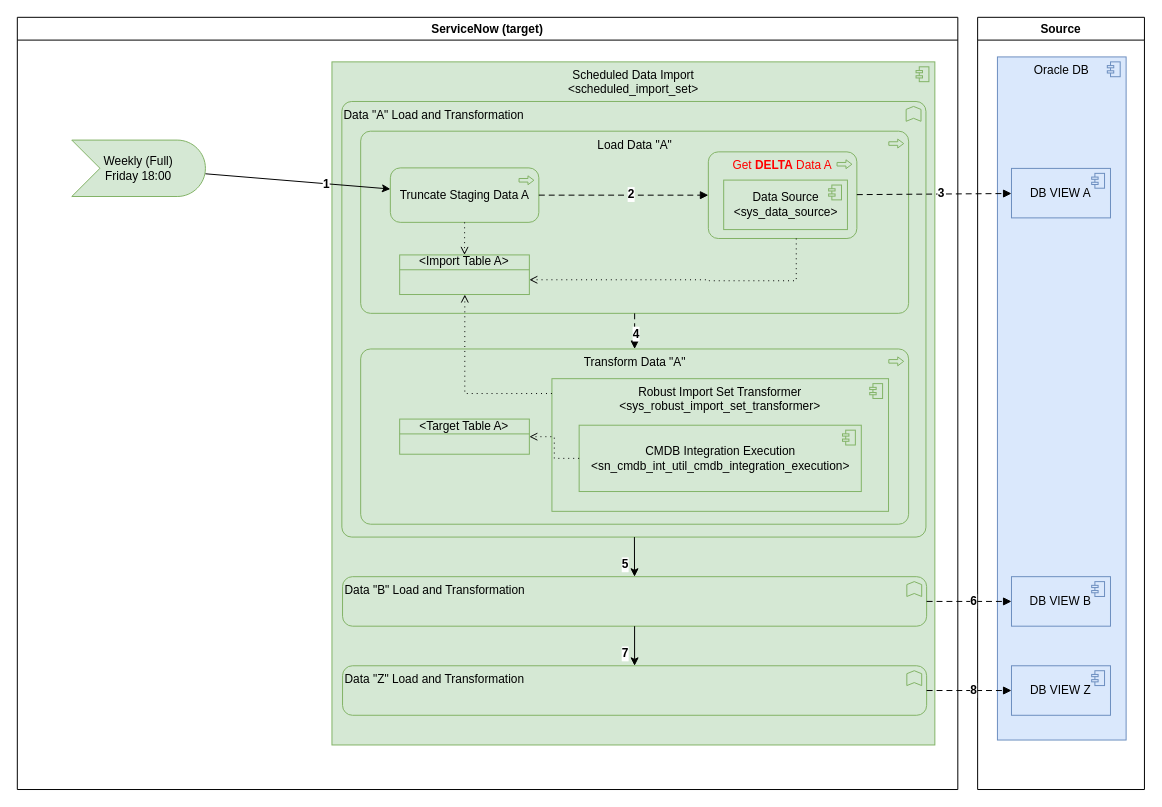
Above: page "Daily" (3 of 8) of DBs.drawio in algimas/tmp (draw.io), before the change. Source tidied: cells renumbered, new cells numbered last; positions are measured from the earlier drawing's top-left corner, leaving out a move shared by most shapes. Both pictures are drawn from the tidied source at 99%, with x=0, y=0 at pixel (17, 17).
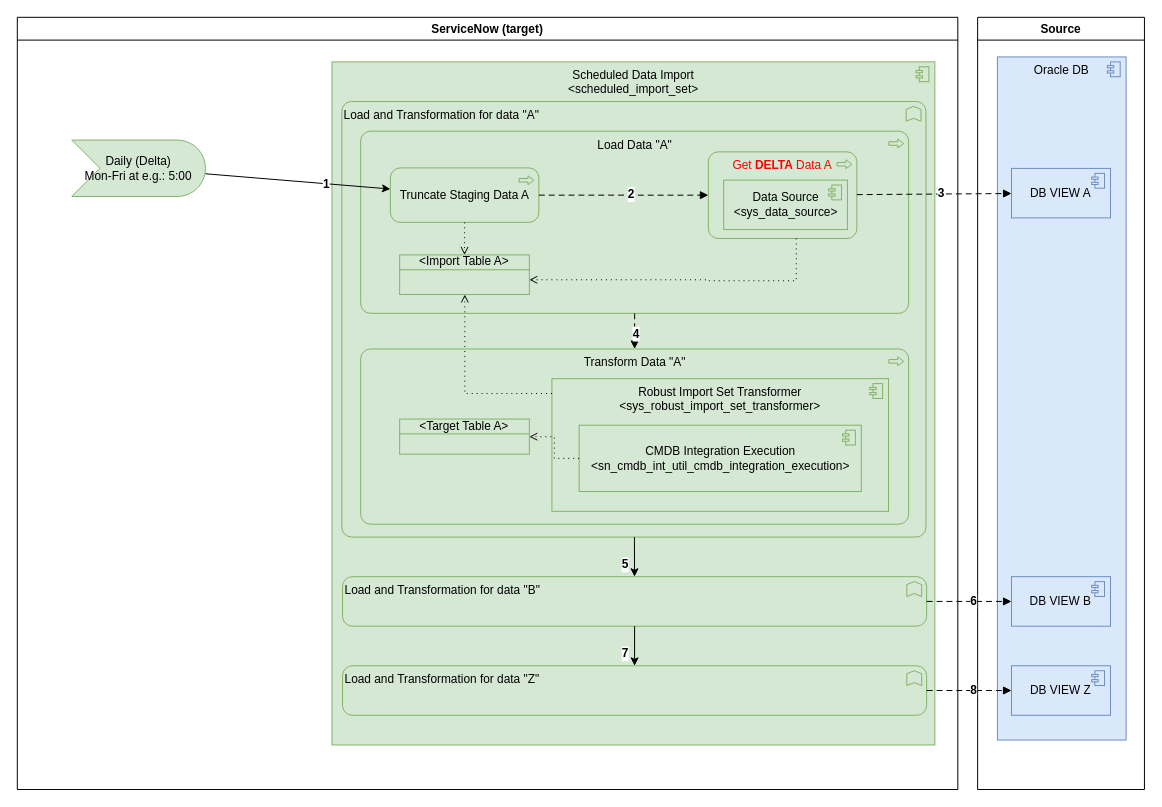
Above is the later version.

The change refers to these unchanged cells:
```xml
<mxCell id="2" value="ServiceNow (target)" style="swimlane;" parent="1" vertex="1">
  <mxGeometry width="950" height="780" as="geometry" />
</mxCell>
```

The edit, as a diff of the source:
```diff
@@
-    <mxCell id="4" value="&lt;span class=&quot;ph cmd&quot;&gt;&lt;span class=&quot;ph menucascade&quot;&gt;&lt;span class=&quot;ph uicontrol&quot;&gt;Data &quot;A&quot; Load and Transformation&lt;/span&gt;&lt;/span&gt;&lt;/span&gt;" style="html=1;outlineConnect=0;whiteSpace=wrap;fillColor=#d5e8d4;shape=mxgraph.archimate3.application;appType=func;archiType=rounded;strokeColor=#82b366;verticalAlign=top;align=left;" parent="2" vertex="1">
+    <mxCell id="4" value="Load and Transformation for data &quot;A&quot;" style="html=1;outlineConnect=0;whiteSpace=wrap;fillColor=#d5e8d4;shape=mxgraph.archimate3.application;appType=func;archiType=rounded;strokeColor=#82b366;verticalAlign=top;align=left;" parent="2" vertex="1">
       <mxGeometry x="327.8" y="85" width="590" height="440" as="geometry" />
     </mxCell>
-    <mxCell id="5" value="Weekly (Full)&lt;br&gt;Friday 18:00" style="html=1;outlineConnect=0;whiteSpace=wrap;fillColor=#d5e8d4;shape=mxgraph.archimate3.event;strokeColor=#82b366;" parent="2" vertex="1">
+    <mxCell id="5" value="Daily (Delta)&lt;br&gt;Mon-Fri at e.g.: 5:00" style="html=1;outlineConnect=0;whiteSpace=wrap;fillColor=#d5e8d4;shape=mxgraph.archimate3.event;strokeColor=#82b366;" parent="2" vertex="1">
       <mxGeometry x="55" y="124" width="135" height="57" as="geometry" />
     </mxCell>
@@
-    <mxCell id="17" value="&lt;span class=&quot;ph cmd&quot;&gt;&lt;span class=&quot;ph menucascade&quot;&gt;&lt;span class=&quot;ph uicontrol&quot;&gt;Data &quot;B&quot; Load and Transformation&lt;/span&gt;&lt;/span&gt;&lt;/span&gt;" style="html=1;outlineConnect=0;whiteSpace=wrap;fillColor=#d5e8d4;shape=mxgraph.archimate3.application;appType=func;archiType=rounded;strokeColor=#82b366;verticalAlign=top;align=left;" parent="2" vertex="1">
+    <mxCell id="17" value="Load and Transformation for data &quot;B&quot;" style="html=1;outlineConnect=0;whiteSpace=wrap;fillColor=#d5e8d4;shape=mxgraph.archimate3.application;appType=func;archiType=rounded;strokeColor=#82b366;verticalAlign=top;align=left;" parent="2" vertex="1">
       <mxGeometry x="328.5" y="565" width="590" height="50" as="geometry" />
     </mxCell>
@@
-    <mxCell id="29" value="&lt;span class=&quot;ph cmd&quot;&gt;&lt;span class=&quot;ph menucascade&quot;&gt;&lt;span class=&quot;ph uicontrol&quot;&gt;Data &quot;Z&quot; Load and Transformation&lt;/span&gt;&lt;/span&gt;&lt;/span&gt;" style="html=1;outlineConnect=0;whiteSpace=wrap;fillColor=#d5e8d4;shape=mxgraph.archimate3.application;appType=func;archiType=rounded;strokeColor=#82b366;verticalAlign=top;align=left;" parent="1" vertex="1">
+    <mxCell id="29" value="Load and Transformation for data &quot;Z&quot;" style="html=1;outlineConnect=0;whiteSpace=wrap;fillColor=#d5e8d4;shape=mxgraph.archimate3.application;appType=func;archiType=rounded;strokeColor=#82b366;verticalAlign=top;align=left;" parent="1" vertex="1">
       <mxGeometry x="328.5" y="655" width="590" height="50" as="geometry" />
     </mxCell>
```
